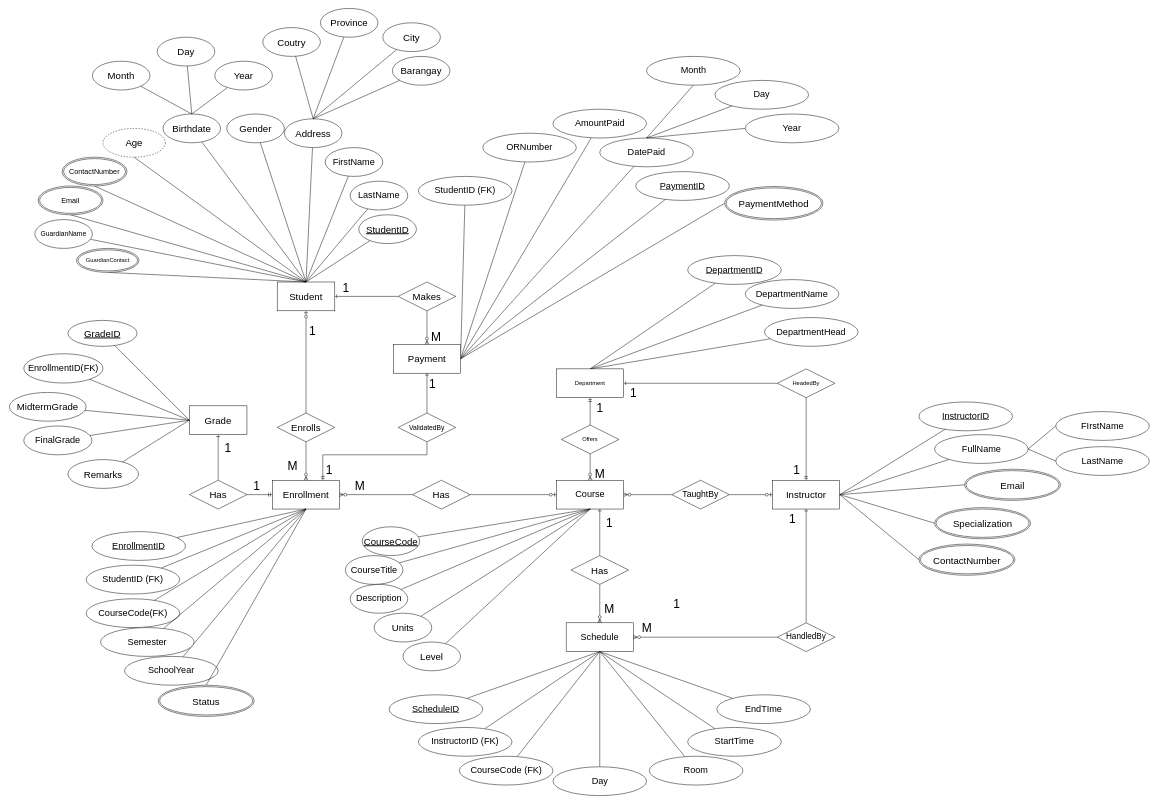
N0Obitaz/DrawIODiagrams keeps this draw.io diagram as Projects/Untitled Diagram.drawio. Above is the earlier version. Source tidied: cells renumbered, new cells numbered last; positions are measured from the earlier drawing's top-left corner, leaving out a move shared by most shapes. Both pictures are drawn from the tidied source at 48%, with x=0, y=0 at pixel (8, 8).
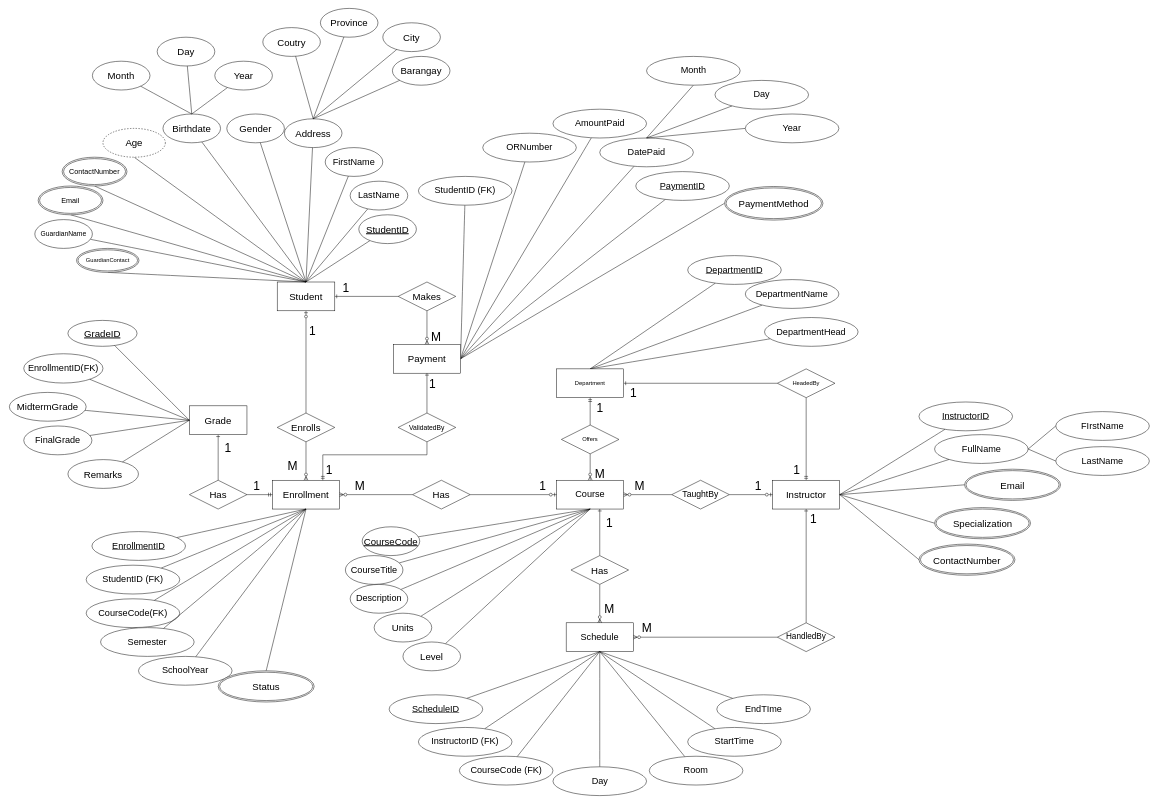
After the change.

What changed in the source:
```diff
@@
     <mxCell id="37" value="SchoolYear" style="ellipse;whiteSpace=wrap;html=1;fontSize=19;" parent="1" vertex="1">
-      <mxGeometry x="242" y="1350" width="195" height="60" as="geometry" />
+      <mxGeometry x="271" y="1350" width="195" height="60" as="geometry" />
     </mxCell>
@@
     <mxCell id="62" value="&lt;span style=&quot;font-size: 20px;&quot;&gt;Status&lt;/span&gt;" style="ellipse;shape=doubleEllipse;margin=3;whiteSpace=wrap;html=1;align=center;" parent="1" vertex="1">
-      <mxGeometry x="312" y="1410" width="200" height="65" as="geometry" />
+      <mxGeometry x="437" y="1380" width="200" height="65" as="geometry" />
     </mxCell>
@@
-    <mxCell id="167" value="&lt;font style=&quot;font-size: 25px;&quot;&gt;1&lt;/font&gt;" style="text;html=1;align=center;verticalAlign=middle;strokeColor=none;fillColor=none;" parent="1" vertex="1">
-      <mxGeometry x="1372" y="1220" width="40" height="40" as="geometry" />
-    </mxCell>
@@
     <mxCell id="171" value="&lt;span style=&quot;font-size: 25px;&quot;&gt;1&lt;/span&gt;" style="text;html=1;align=center;verticalAlign=middle;strokeColor=none;fillColor=none;" parent="1" vertex="1">
-      <mxGeometry x="1612.8" y="1043" width="40" height="40" as="geometry" />
+      <mxGeometry x="1657" y="1043" width="40" height="40" as="geometry" />
     </mxCell>
@@
+    <mxCell id="181" value="&lt;font style=&quot;font-size: 25px;&quot;&gt;1&lt;/font&gt;" style="edgeLabel;html=1;align=center;verticalAlign=middle;" parent="1" vertex="1">
+      <mxGeometry x="1112" y="993" as="geometry" />
+    </mxCell>
+    <mxCell id="182" value="&lt;span style=&quot;font-size: 25px;&quot;&gt;M&lt;/span&gt;" style="text;html=1;align=center;verticalAlign=middle;strokeColor=none;fillColor=none;" parent="1" vertex="1">
+      <mxGeometry x="1295.2" y="973" width="40" height="40" as="geometry" />
+    </mxCell>
+    <mxCell id="183" value="&lt;span style=&quot;font-size: 25px;&quot;&gt;1&lt;/span&gt;" style="text;html=1;align=center;verticalAlign=middle;strokeColor=none;fillColor=none;" parent="1" vertex="1">
+      <mxGeometry x="1542" y="972.5" width="40" height="40" as="geometry" />
+    </mxCell>
```
